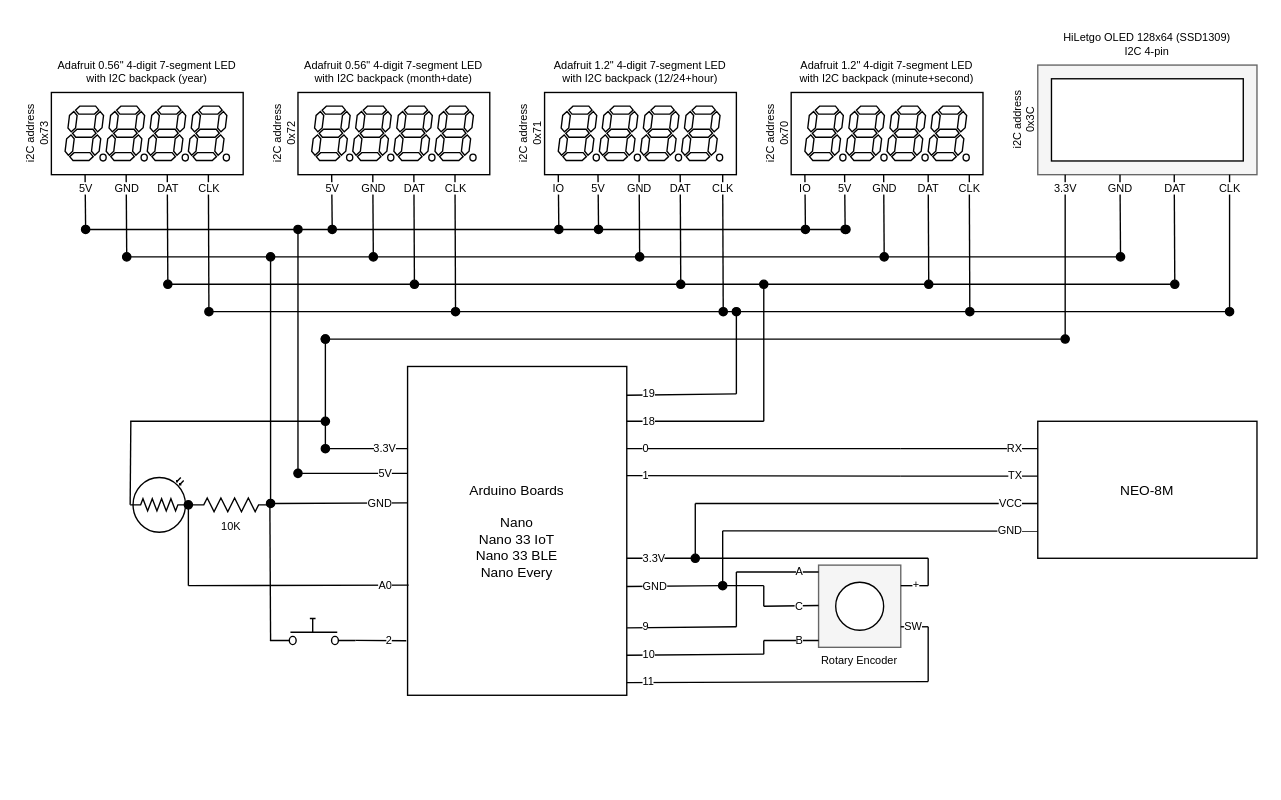
Above: images/gps-clock-schematic.drawio in davidledwards/gps-clock (draw.io), before the change. Source tidied: cells renumbered, new cells numbered last; positions are measured from the earlier drawing's top-left corner, leaving out a move shared by most shapes. Both pictures are drawn from the tidied source at 137%, with x=0, y=0 at pixel (-4, 23).
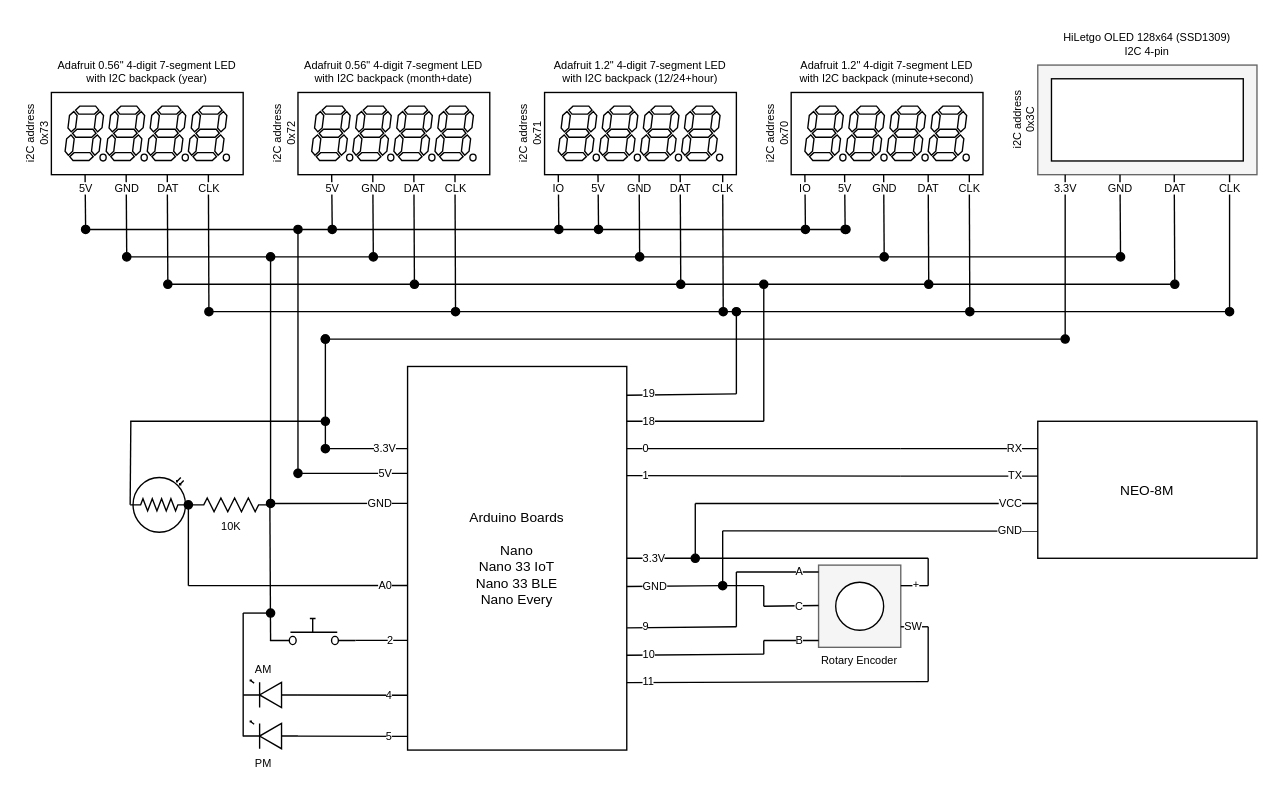
The same page after the edit.

Commit message (it also covers changes not shown here):
update schematic with AM/PM pins

The change refers to these unchanged cells:
```xml
<mxCell id="52" style="verticalLabelPosition=bottom;shadow=0;dashed=0;align=center;html=1;verticalAlign=top;shape=mxgraph.electrical.electro-mechanical.push_switch_no;" parent="1" vertex="1">
  <mxGeometry x="199.5" y="434" width="62.5" height="19" as="geometry" />
</mxCell>
```

Diff of the diagram source:
```diff
@@
     <mxCell id="3" value="Arduino Boards&lt;div&gt;&lt;br&gt;&lt;/div&gt;&lt;div&gt;Nano&lt;br&gt;&lt;div&gt;Nano 33 IoT&lt;/div&gt;&lt;div&gt;Nano 33 BLE&lt;/div&gt;&lt;/div&gt;&lt;div&gt;Nano Every&lt;/div&gt;" style="rounded=0;whiteSpace=wrap;html=1;fontSize=10;" parent="1" vertex="1">
-      <mxGeometry x="300" y="250" width="160" height="240" as="geometry" />
+      <mxGeometry x="300" y="250" width="160" height="280" as="geometry" />
     </mxCell>
@@
-    <mxCell id="53" value="5V" style="endArrow=none;html=1;entryX=0;entryY=0.325;entryDx=0;entryDy=0;entryPerimeter=0;fontSize=8;endFill=0;startArrow=oval;startFill=1;align=right;" parent="1" edge="1" target="3">
+    <mxCell id="53" value="5V" style="endArrow=none;html=1;fontSize=8;endFill=0;startArrow=oval;startFill=1;align=right;" parent="1" edge="1">
       <mxGeometry x="0.75" relative="1" as="geometry">
         <mxPoint x="220" y="328" as="sourcePoint" />
+        <mxPoint x="300" y="328" as="targetPoint" />
       </mxGeometry>
     </mxCell>
-    <mxCell id="54" value="GND" style="endArrow=none;html=1;entryX=0;entryY=0.415;entryDx=0;entryDy=0;fontSize=8;entryPerimeter=0;startArrow=oval;startFill=1;align=right;" parent="1" edge="1" target="3">
+    <mxCell id="54" value="GND" style="endArrow=none;html=1;entryX=0;entryY=0.357;entryDx=0;entryDy=0;fontSize=8;entryPerimeter=0;startArrow=oval;startFill=1;align=right;" parent="1" edge="1" target="3">
       <mxGeometry x="0.8" relative="1" as="geometry">
         <mxPoint x="200" y="350" as="sourcePoint" />
       </mxGeometry>
     </mxCell>
@@
-    <mxCell id="76" value="A0" style="endArrow=none;html=1;fontSize=8;entryX=0.005;entryY=0.665;entryDx=0;entryDy=0;entryPerimeter=0;align=right;" parent="1" edge="1" target="3">
+    <mxCell id="76" value="A0" style="endArrow=none;html=1;fontSize=8;entryX=0;entryY=0.571;entryDx=0;entryDy=0;entryPerimeter=0;align=right;" parent="1" edge="1" target="3">
       <mxGeometry x="0.87" relative="1" as="geometry">
         <mxPoint x="140" y="410" as="sourcePoint" />
       </mxGeometry>
     </mxCell>
-    <mxCell id="77" value="2" style="endArrow=none;html=1;fontSize=8;entryX=-0.006;entryY=0.834;entryDx=0;entryDy=0;entryPerimeter=0;exitX=1;exitY=0.84;exitDx=0;exitDy=0;exitPerimeter=0;align=right;" parent="1" edge="1" source="52" target="3">
+    <mxCell id="77" value="2" style="endArrow=none;html=1;fontSize=8;entryX=0;entryY=0.714;entryDx=0;entryDy=0;entryPerimeter=0;exitX=1;exitY=0.84;exitDx=0;exitDy=0;exitPerimeter=0;align=right;" parent="1" edge="1" source="52" target="3">
       <mxGeometry x="0.51" relative="1" as="geometry" />
     </mxCell>
@@
-    <mxCell id="107" value="3.3V" style="endArrow=none;html=1;fontSize=8;endFill=0;startArrow=oval;startFill=1;align=right;entryX=0;entryY=0.25;entryDx=0;entryDy=0;" parent="1" edge="1" target="3">
+    <mxCell id="107" value="3.3V" style="endArrow=none;html=1;fontSize=8;endFill=0;startArrow=oval;startFill=1;align=right;entryX=0;entryY=0.214;entryDx=0;entryDy=0;entryPerimeter=0;" parent="1" edge="1" target="3">
       <mxGeometry x="0.75" relative="1" as="geometry">
         <mxPoint x="240" y="310" as="sourcePoint" />
       </mxGeometry>
     </mxCell>
@@
+    <mxCell id="110" value="4" style="endArrow=none;html=1;fontSize=8;entryX=0;entryY=0.857;entryDx=0;entryDy=0;entryPerimeter=0;align=right;exitX=0;exitY=0.54;exitDx=0;exitDy=0;exitPerimeter=0;" parent="1" edge="1" source="112">
+      <mxGeometry x="0.75" relative="1" as="geometry">
+        <mxPoint x="300" y="490" as="targetPoint" />
+      </mxGeometry>
+    </mxCell>
+    <mxCell id="111" value="5" style="endArrow=none;html=1;fontSize=8;entryX=0;entryY=0.857;entryDx=0;entryDy=0;entryPerimeter=0;align=right;exitX=0;exitY=0.54;exitDx=0;exitDy=0;exitPerimeter=0;" parent="1" edge="1" source="113">
+      <mxGeometry x="0.75" relative="1" as="geometry">
+        <mxPoint x="300" y="520" as="targetPoint" />
+      </mxGeometry>
+    </mxCell>
+    <mxCell id="112" style="verticalLabelPosition=bottom;shadow=0;dashed=0;align=center;html=1;verticalAlign=top;shape=mxgraph.electrical.opto_electronics.led_1;flipH=1;" parent="1" vertex="1">
+      <mxGeometry x="180" y="479" width="40" height="20" as="geometry" />
+    </mxCell>
+    <mxCell id="113" style="verticalLabelPosition=bottom;shadow=0;dashed=0;align=center;html=1;verticalAlign=top;shape=mxgraph.electrical.opto_electronics.led_1;flipH=1;" parent="1" vertex="1">
+      <mxGeometry x="180" y="509" width="40" height="20" as="geometry" />
+    </mxCell>
+    <mxCell id="114" value="AM" style="text;html=1;strokeColor=none;fillColor=none;align=center;verticalAlign=middle;whiteSpace=wrap;rounded=0;fontSize=8;" parent="1" vertex="1">
+      <mxGeometry x="180" y="460" width="30" height="21" as="geometry" />
+    </mxCell>
+    <mxCell id="115" value="PM" style="text;html=1;strokeColor=none;fillColor=none;align=center;verticalAlign=middle;whiteSpace=wrap;rounded=0;fontSize=8;" parent="1" vertex="1">
+      <mxGeometry x="180" y="529" width="30" height="21" as="geometry" />
+    </mxCell>
+    <mxCell id="116" style="endArrow=none;html=1;fontSize=8;" parent="1" edge="1">
+      <mxGeometry relative="1" as="geometry">
+        <mxPoint x="180" y="520" as="sourcePoint" />
+        <mxPoint x="180" y="430" as="targetPoint" />
+      </mxGeometry>
+    </mxCell>
+    <mxCell id="117" style="endArrow=oval;html=1;fontSize=8;endFill=1;" parent="1" edge="1">
+      <mxGeometry relative="1" as="geometry">
+        <mxPoint x="180" y="430" as="sourcePoint" />
+        <mxPoint x="200" y="430" as="targetPoint" />
+      </mxGeometry>
+    </mxCell>
```
